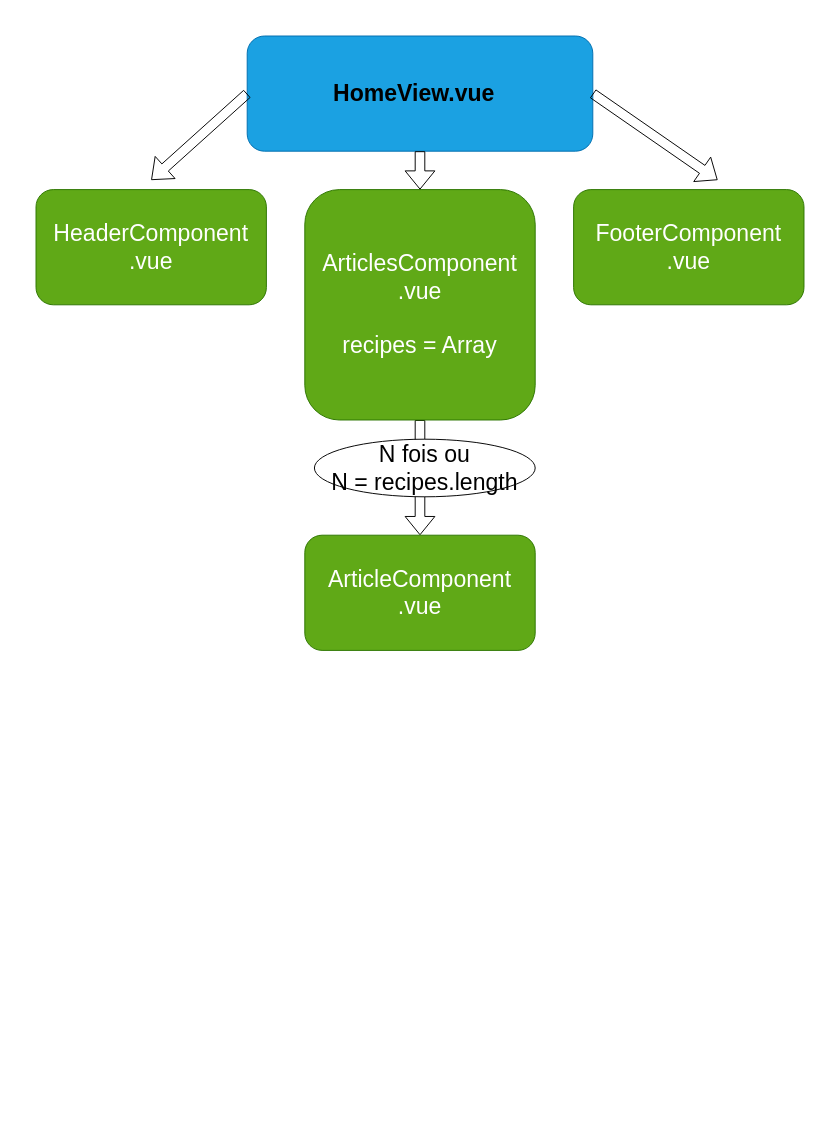
Above: docs/.drawio in thierrycharriot/oCooking-vue (draw.io), before the change. Source tidied: cells renumbered, new cells numbered last; positions are measured from the earlier drawing's top-left corner, leaving out a move shared by most shapes. Both pictures are drawn from the tidied source at 96%, with x=0, y=0 at pixel (36, 36).
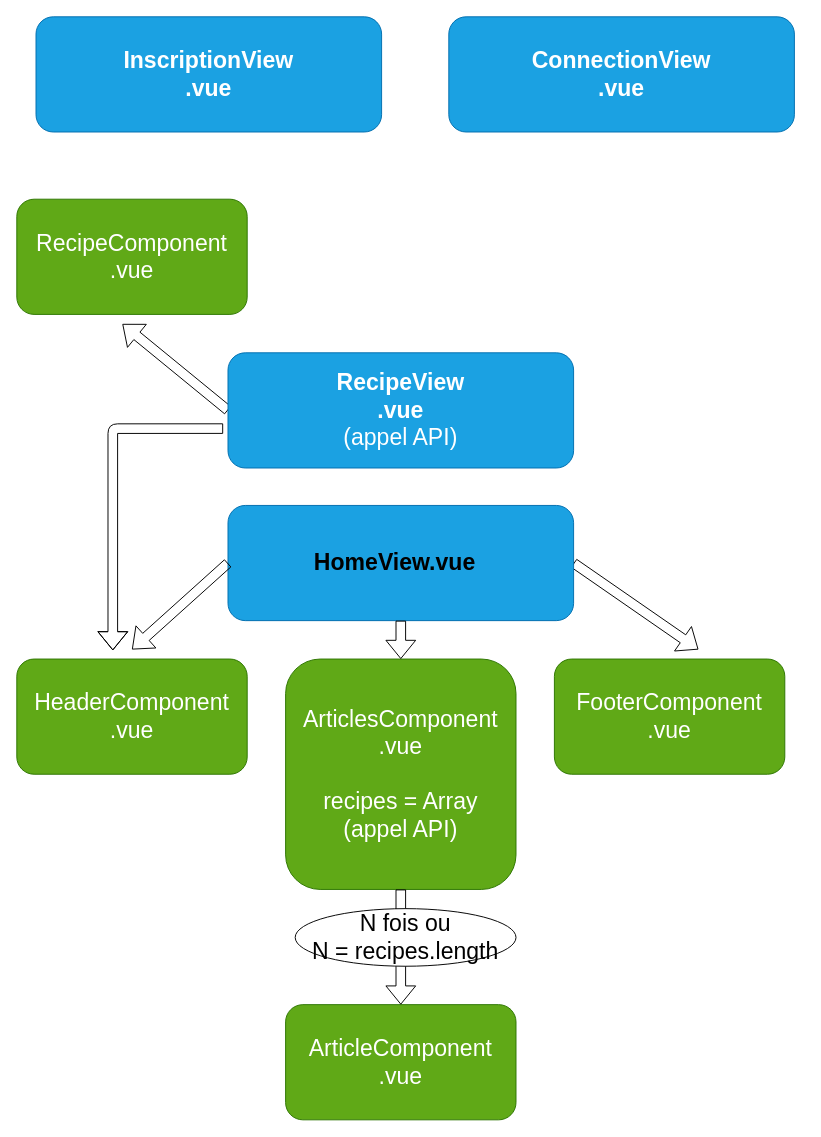
The same page after the edit.

The change refers to these unchanged cells:
```xml
<mxCell id="3" style="rounded=1;whiteSpace=wrap;html=1;fillColor=#1ba1e2;fontColor=#ffffff;strokeColor=#006EAF;" parent="2" vertex="1">
  <mxGeometry width="360" height="120" as="geometry" />
</mxCell>
```

Diff of the diagram source:
```diff
@@
+    <mxCell id="14" style="edgeStyle=none;shape=flexArrow;html=1;exitX=0;exitY=0.5;exitDx=0;exitDy=0;" parent="1" edge="1" source="16">
+      <mxGeometry relative="1" as="geometry">
+        <mxPoint x="90" y="300" as="targetPoint" />
+      </mxGeometry>
+    </mxCell>
+    <mxCell id="15" style="edgeStyle=none;shape=flexArrow;html=1;exitX=-0.014;exitY=0.658;exitDx=0;exitDy=0;exitPerimeter=0;" parent="1" edge="1" source="16">
+      <mxGeometry relative="1" as="geometry">
+        <mxPoint x="80" y="640" as="targetPoint" />
+        <Array as="points">
+          <mxPoint x="80" y="409" />
+        </Array>
+      </mxGeometry>
+    </mxCell>
+    <mxCell id="16" value="&lt;b&gt;RecipeView&lt;/b&gt;&lt;br&gt;&lt;b&gt;.vue&lt;/b&gt;&lt;br&gt;(appel API)" style="rounded=1;whiteSpace=wrap;html=1;fontSize=24;fillColor=#1ba1e2;fontColor=#ffffff;strokeColor=#006EAF;" parent="1" vertex="1">
+      <mxGeometry x="200" y="330" width="360" height="120" as="geometry" />
+    </mxCell>
+    <mxCell id="17" style="group;" parent="1" vertex="1">
+      <mxGeometry x="-20" y="489" width="800" height="640" as="geometry" />
+    </mxCell>
+    <mxCell id="5" value="HeaderComponent&lt;br&gt;.vue" style="rounded=1;whiteSpace=wrap;html=1;fontSize=24;fillColor=#60a917;fontColor=#ffffff;strokeColor=#2D7600;" parent="17" vertex="1">
+      <mxGeometry y="160" width="240" height="120" as="geometry" />
+    </mxCell>
+    <mxCell id="6" value="FooterComponent&lt;br&gt;.vue" style="rounded=1;whiteSpace=wrap;html=1;fontSize=24;fillColor=#60a917;fontColor=#ffffff;strokeColor=#2D7600;" parent="17" vertex="1">
+      <mxGeometry x="560" y="160" width="240" height="120" as="geometry" />
+    </mxCell>
+    <mxCell id="12" style="edgeStyle=none;shape=flexArrow;html=1;fontSize=24;exitX=1;exitY=0.5;exitDx=0;exitDy=0;" parent="17" edge="1" source="3">
+      <mxGeometry relative="1" as="geometry">
+        <mxPoint x="710" y="150" as="targetPoint" />
+      </mxGeometry>
+    </mxCell>
+    <mxCell id="18" style="group;" parent="17" vertex="1">
+      <mxGeometry x="120" width="460" height="640" as="geometry" />
+    </mxCell>
-    <mxCell id="2" style="group;" parent="1" vertex="1">
-      <mxGeometry x="220" width="360" height="120" as="geometry" />
+    <mxCell id="2" style="group;" parent="18" vertex="1">
+      <mxGeometry x="100" width="360" height="120" as="geometry" />
     </mxCell>
@@
-    <mxCell id="5" value="HeaderComponent&lt;br&gt;.vue" style="rounded=1;whiteSpace=wrap;html=1;fontSize=24;fillColor=#60a917;fontColor=#ffffff;strokeColor=#2D7600;" parent="1" vertex="1">
-      <mxGeometry y="160" width="240" height="120" as="geometry" />
-    </mxCell>
-    <mxCell id="6" value="FooterComponent&lt;br&gt;.vue" style="rounded=1;whiteSpace=wrap;html=1;fontSize=24;fillColor=#60a917;fontColor=#ffffff;strokeColor=#2D7600;" parent="1" vertex="1">
-      <mxGeometry x="560" y="160" width="240" height="120" as="geometry" />
-    </mxCell>
-    <mxCell id="7" style="edgeStyle=none;shape=flexArrow;html=1;fontSize=24;" parent="1" edge="1" source="8" target="9">
-      <mxGeometry relative="1" as="geometry" />
-    </mxCell>
-    <mxCell id="8" value="ArticlesComponent&lt;br&gt;.vue&lt;br&gt;&lt;br&gt;recipes = Array" style="rounded=1;whiteSpace=wrap;html=1;fontSize=24;fillColor=#60a917;fontColor=#ffffff;strokeColor=#2D7600;" parent="1" vertex="1">
-      <mxGeometry x="280" y="160" width="240" height="240" as="geometry" />
+    <mxCell id="8" value="ArticlesComponent&lt;br&gt;.vue&lt;br&gt;&lt;br&gt;recipes = Array&lt;br&gt;(appel API)" style="rounded=1;whiteSpace=wrap;html=1;fontSize=24;fillColor=#60a917;fontColor=#ffffff;strokeColor=#2D7600;" parent="18" vertex="1">
+      <mxGeometry x="160" y="160" width="240" height="240" as="geometry" />
     </mxCell>
-    <mxCell id="9" value="ArticleComponent&lt;br&gt;.vue" style="rounded=1;whiteSpace=wrap;html=1;fontSize=24;fillColor=#60a917;fontColor=#ffffff;strokeColor=#2D7600;" parent="1" vertex="1">
-      <mxGeometry x="280" y="520" width="240" height="120" as="geometry" />
+    <mxCell id="9" value="ArticleComponent&lt;br&gt;.vue" style="rounded=1;whiteSpace=wrap;html=1;fontSize=24;fillColor=#60a917;fontColor=#ffffff;strokeColor=#2D7600;" parent="18" vertex="1">
+      <mxGeometry x="160" y="520" width="240" height="120" as="geometry" />
     </mxCell>
+    <mxCell id="7" style="edgeStyle=none;shape=flexArrow;html=1;fontSize=24;" parent="18" edge="1" source="8" target="9">
+      <mxGeometry relative="1" as="geometry" />
+    </mxCell>
-    <mxCell id="10" style="edgeStyle=none;shape=flexArrow;html=1;fontSize=24;" parent="1" edge="1" source="3" target="8">
+    <mxCell id="10" style="edgeStyle=none;shape=flexArrow;html=1;fontSize=24;" parent="18" edge="1" source="3" target="8">
       <mxGeometry relative="1" as="geometry" />
     </mxCell>
-    <mxCell id="11" style="edgeStyle=none;shape=flexArrow;html=1;fontSize=24;" parent="1" edge="1">
+    <mxCell id="11" style="edgeStyle=none;shape=flexArrow;html=1;fontSize=24;" parent="18" edge="1">
       <mxGeometry relative="1" as="geometry">
-        <mxPoint x="220" y="60" as="sourcePoint" />
-        <mxPoint x="120" y="150" as="targetPoint" />
+        <mxPoint x="100" y="60" as="sourcePoint" />
+        <mxPoint y="150" as="targetPoint" />
       </mxGeometry>
     </mxCell>
-    <mxCell id="12" style="edgeStyle=none;shape=flexArrow;html=1;fontSize=24;exitX=1;exitY=0.5;exitDx=0;exitDy=0;" parent="1" edge="1" source="3">
-      <mxGeometry relative="1" as="geometry">
-        <mxPoint x="710" y="150" as="targetPoint" />
-      </mxGeometry>
-    </mxCell>
-    <mxCell id="13" value="&lt;font style=&quot;font-size: 24px&quot;&gt;N fois ou&lt;br&gt;N = recipes.length&lt;br&gt;&lt;/font&gt;" style="ellipse;whiteSpace=wrap;html=1;" parent="1" vertex="1">
-      <mxGeometry x="290" y="420" width="230" height="60" as="geometry" />
+    <mxCell id="13" value="&lt;font style=&quot;font-size: 24px&quot;&gt;N fois ou&lt;br&gt;N = recipes.length&lt;br&gt;&lt;/font&gt;" style="ellipse;whiteSpace=wrap;html=1;" parent="18" vertex="1">
+      <mxGeometry x="170" y="420" width="230" height="60" as="geometry" />
     </mxCell>
+    <mxCell id="19" value="RecipeComponent&lt;br&gt;.vue" style="rounded=1;whiteSpace=wrap;html=1;fontSize=24;fillColor=#60a917;fontColor=#ffffff;strokeColor=#2D7600;" parent="1" vertex="1">
+      <mxGeometry x="-20" y="170" width="240" height="120" as="geometry" />
+    </mxCell>
+    <mxCell id="20" value="&lt;b&gt;ConnectionView&lt;br&gt;.vue&lt;/b&gt;" style="rounded=1;whiteSpace=wrap;html=1;fontSize=24;fillColor=#1ba1e2;fontColor=#ffffff;strokeColor=#006EAF;" parent="1" vertex="1">
+      <mxGeometry x="430" y="-20" width="360" height="120" as="geometry" />
+    </mxCell>
+    <mxCell id="21" value="&lt;b&gt;InscriptionView&lt;br&gt;.vue&lt;/b&gt;" style="rounded=1;whiteSpace=wrap;html=1;fontSize=24;fillColor=#1ba1e2;fontColor=#ffffff;strokeColor=#006EAF;" parent="1" vertex="1">
+      <mxGeometry y="-20" width="360" height="120" as="geometry" />
+    </mxCell>
```
